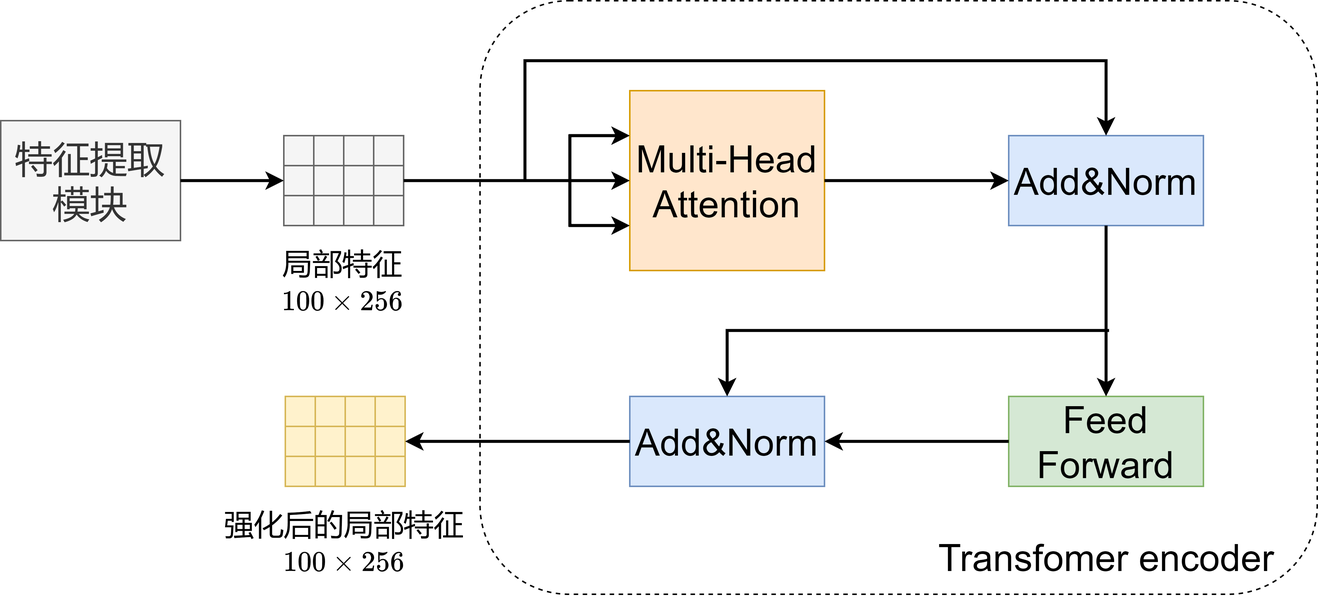
limiiii/paper keeps this draw.io diagram as Fig/encoder.png. Above is the earlier version. Source tidied: cells renumbered, new cells last; positions are measured from the earlier drawing's top-left corner, leaving out a move shared by most shapes.
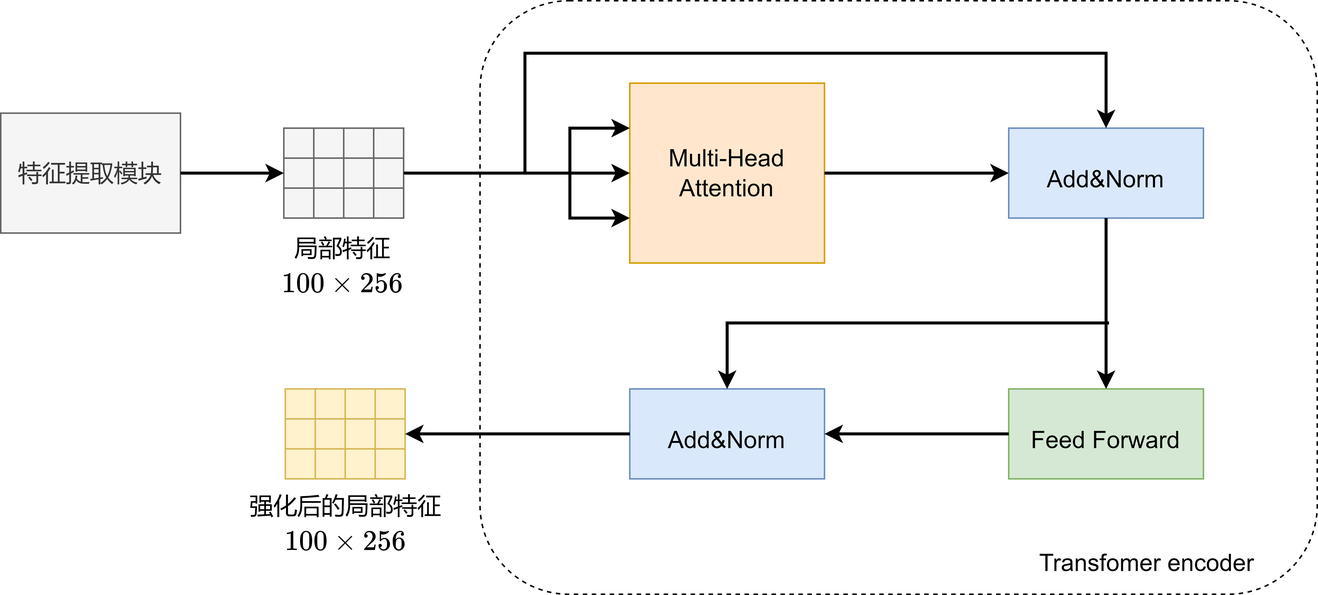
After the commit.

What changed in the source:
```diff
@@ -5,10 +5,10 @@
     <mxCell id="2" style="rounded=1;whiteSpace=wrap;html=1;fontSize=25;dashed=1;" parent="1" vertex="1">
       <mxGeometry x="320" width="559" height="396" as="geometry" />
     </mxCell>
-    <mxCell id="3" value="&lt;font style=&quot;font-size: 25px&quot;&gt;特征提取模块&lt;/font&gt;" style="rounded=0;whiteSpace=wrap;html=1;fillColor=#f5f5f5;fontColor=#333333;strokeColor=#666666;" parent="1" vertex="1">
+    <mxCell id="3" value="&lt;font style=&quot;font-size: 16px&quot;&gt;特征提取模块&lt;/font&gt;" style="rounded=0;whiteSpace=wrap;html=1;fillColor=#f5f5f5;fontColor=#333333;strokeColor=#666666;" parent="1" vertex="1">
       <mxGeometry y="75" width="120" height="80" as="geometry" />
     </mxCell>
-    <mxCell id="4" value="&lt;font style=&quot;font-size: 25px&quot;&gt;Multi-Head&lt;br&gt;Attention&lt;br&gt;&lt;/font&gt;" style="rounded=0;whiteSpace=wrap;html=1;fillColor=#ffe6cc;strokeColor=#d79b00;" parent="1" vertex="1">
+    <mxCell id="4" value="&lt;font style=&quot;font-size: 16px&quot;&gt;Multi-Head&lt;br&gt;Attention&lt;br&gt;&lt;/font&gt;" style="rounded=0;whiteSpace=wrap;html=1;fillColor=#ffe6cc;strokeColor=#d79b00;" parent="1" vertex="1">
       <mxGeometry x="420" y="55" width="130" height="120" as="geometry" />
     </mxCell>
     <mxCell id="5" style="group;fillColor=#f5f5f5;fontColor=#333333;strokeColor=#666666;" parent="1" vertex="1">
@@ -59,16 +59,16 @@
     <mxCell id="20" style="group;" parent="1" vertex="1">
       <mxGeometry x="158" y="155" width="140" height="56" as="geometry" />
     </mxCell>
-    <mxCell id="21" value="局部特征&lt;br&gt;" style="text;html=1;align=center;verticalAlign=middle;strokeColor=none;fillColor=none;fontSize=20;" parent="20" vertex="1">
-      <mxGeometry x="20" width="100" height="30" as="geometry" />
+    <mxCell id="21" value="&lt;font style=&quot;font-size: 16px&quot;&gt;局部特征&lt;/font&gt;" style="text;html=1;align=center;verticalAlign=middle;strokeColor=none;fillColor=none;fontSize=20;" parent="20" vertex="1">
+      <mxGeometry x="30" width="80" height="30" as="geometry" />
     </mxCell>
     <mxCell id="22" value="&lt;font style=&quot;font-size: 16px&quot;&gt;\[100 \times 256\]&lt;/font&gt;" style="text;html=1;align=center;verticalAlign=middle;strokeColor=none;fillColor=none;fontSize=20;" parent="20" vertex="1">
       <mxGeometry y="26" width="140" height="30" as="geometry" />
     </mxCell>
-    <mxCell id="23" value="Add&amp;amp;Norm" style="rounded=0;whiteSpace=wrap;html=1;fontSize=25;fillColor=#dae8fc;strokeColor=#6c8ebf;" parent="1" vertex="1">
+    <mxCell id="23" value="&lt;font style=&quot;font-size: 16px&quot;&gt;Add&amp;amp;Norm&lt;/font&gt;" style="rounded=0;whiteSpace=wrap;html=1;fontSize=25;fillColor=#dae8fc;strokeColor=#6c8ebf;" parent="1" vertex="1">
       <mxGeometry x="673" y="85" width="130" height="60" as="geometry" />
     </mxCell>
-    <mxCell id="24" value="Feed Forward" style="rounded=0;whiteSpace=wrap;html=1;fontSize=25;fillColor=#d5e8d4;strokeColor=#82b366;" parent="1" vertex="1">
+    <mxCell id="24" value="&lt;font style=&quot;font-size: 16px&quot;&gt;Feed Forward&lt;/font&gt;" style="rounded=0;whiteSpace=wrap;html=1;fontSize=25;fillColor=#d5e8d4;strokeColor=#82b366;" parent="1" vertex="1">
       <mxGeometry x="673" y="259" width="130" height="60" as="geometry" />
     </mxCell>
     <mxCell id="25" style="group;fillColor=#fff2cc;strokeColor=#d6b656;" parent="1" vertex="1">
@@ -117,15 +117,15 @@
       <mxGeometry x="20" y="40" width="20" height="20" as="geometry" />
     </mxCell>
     <mxCell id="40" style="group;" parent="1" vertex="1">
-      <mxGeometry x="159" y="329" width="160" height="56" as="geometry" />
+      <mxGeometry x="160" y="320" width="160" height="56" as="geometry" />
     </mxCell>
-    <mxCell id="41" value="强化后的局部特征" style="text;html=1;align=center;verticalAlign=middle;strokeColor=none;fillColor=none;fontSize=20;" parent="40" vertex="1">
-      <mxGeometry x="-20" width="180" height="30" as="geometry" />
+    <mxCell id="41" value="&lt;font style=&quot;font-size: 16px&quot;&gt;强化后的局部特征&lt;/font&gt;" style="text;html=1;align=center;verticalAlign=middle;strokeColor=none;fillColor=none;fontSize=20;" parent="40" vertex="1">
+      <mxGeometry width="140" height="30" as="geometry" />
     </mxCell>
     <mxCell id="42" value="&lt;font style=&quot;font-size: 16px&quot;&gt;\[100 \times 256\]&lt;/font&gt;" style="text;html=1;align=center;verticalAlign=middle;strokeColor=none;fillColor=none;fontSize=20;" parent="40" vertex="1">
       <mxGeometry y="26" width="140" height="30" as="geometry" />
     </mxCell>
-    <mxCell id="43" value="Add&amp;amp;Norm" style="rounded=0;whiteSpace=wrap;html=1;fontSize=25;fillColor=#dae8fc;strokeColor=#6c8ebf;" parent="1" vertex="1">
+    <mxCell id="43" value="&lt;font style=&quot;font-size: 16px&quot;&gt;Add&amp;amp;Norm&lt;/font&gt;" style="rounded=0;whiteSpace=wrap;html=1;fontSize=25;fillColor=#dae8fc;strokeColor=#6c8ebf;" parent="1" vertex="1">
       <mxGeometry x="420" y="259" width="130" height="60" as="geometry" />
     </mxCell>
     <mxCell id="44" style="endArrow=classic;html=1;rounded=0;fontSize=25;exitX=1;exitY=0.5;exitDx=0;exitDy=0;entryX=0;entryY=0.5;entryDx=0;entryDy=0;strokeWidth=2;" parent="1" edge="1" source="3" target="9">
@@ -143,8 +143,8 @@
     <mxCell id="48" style="endArrow=classic;html=1;rounded=0;fontSize=25;strokeWidth=2;exitX=0;exitY=0.5;exitDx=0;exitDy=0;entryX=1;entryY=0.5;entryDx=0;entryDy=0;" parent="1" edge="1" source="43" target="37">
       <mxGeometry relative="1" as="geometry" />
     </mxCell>
-    <mxCell id="49" value="Transfomer encoder" style="text;html=1;align=center;verticalAlign=middle;strokeColor=none;fillColor=none;fontSize=25;" parent="1" vertex="1">
-      <mxGeometry x="618" y="346" width="240" height="40" as="geometry" />
+    <mxCell id="49" value="&lt;font style=&quot;font-size: 16px&quot;&gt;Transfomer encoder&lt;/font&gt;" style="text;html=1;align=center;verticalAlign=middle;strokeColor=none;fillColor=none;fontSize=25;" parent="1" vertex="1">
+      <mxGeometry x="685" y="351" width="160" height="40" as="geometry" />
     </mxCell>
     <mxCell id="50" style="endArrow=classic;startArrow=classic;html=1;rounded=0;fontSize=25;strokeWidth=2;exitX=0;exitY=0.75;exitDx=0;exitDy=0;entryX=0;entryY=0.25;entryDx=0;entryDy=0;" parent="1" edge="1" source="4" target="4">
       <mxGeometry relative="1" as="geometry">
```
